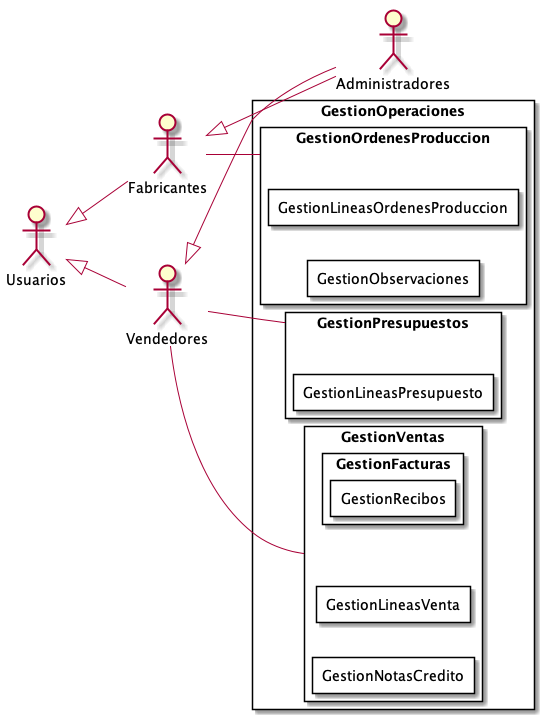
Earlier version of the PlantUML export Informe Final/Imagenes/ModeladoDeCasosDeUso/DiagramaDeCasosDeUso/GestionOperaciones.png (ZMGestion/DocumentacionZMGestion).
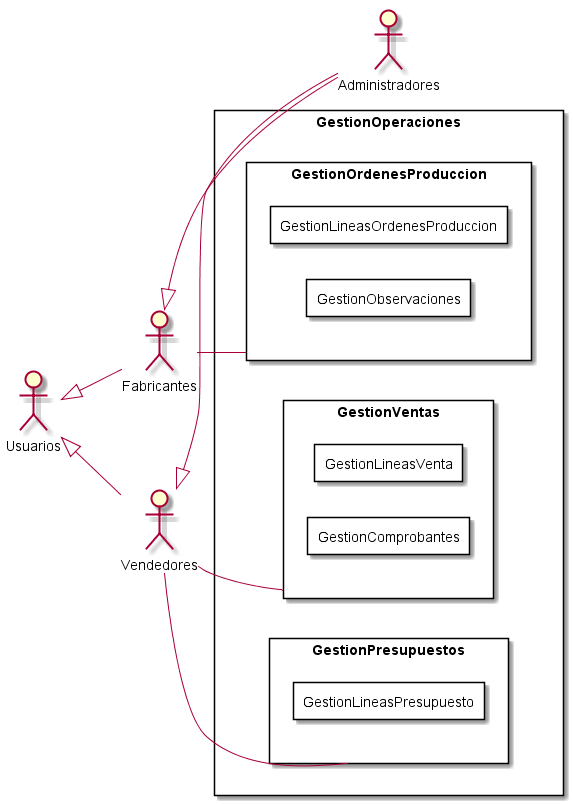
The same diagram one commit later.

Change to the diagram source:
```diff
@@ -20,11 +20,7 @@
         rectangle GestionVentas as Ventas{
             rectangle GestionLineasVenta{
             }
-            rectangle GestionFacturas{
-                rectangle GestionRecibos{
-                }
-            }
-            rectangle GestionNotasCredito{
+            rectangle GestionComprobantes{
             }
         }
         rectangle GestionOrdenesProduccion as OrdenesProduccion{
```
